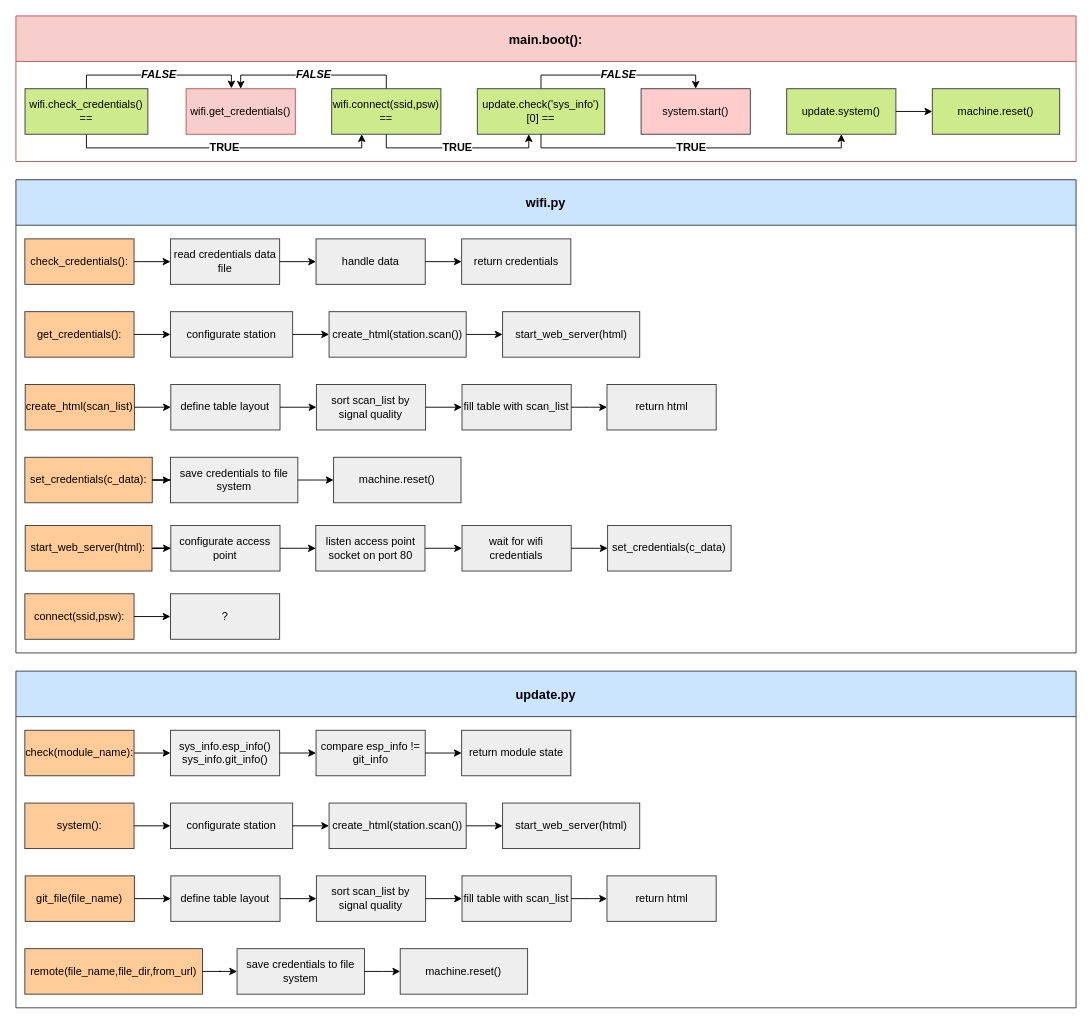
marsex/workbench keeps this draw.io diagram as design_files/esp_structure.drawio. Above is the earlier version. Source tidied: cells renumbered, new cells numbered last; positions are measured from the earlier drawing's top-left corner, leaving out a move shared by most shapes. Both pictures are drawn from the tidied source at 91%, with x=0, y=0 at pixel (15, 15).
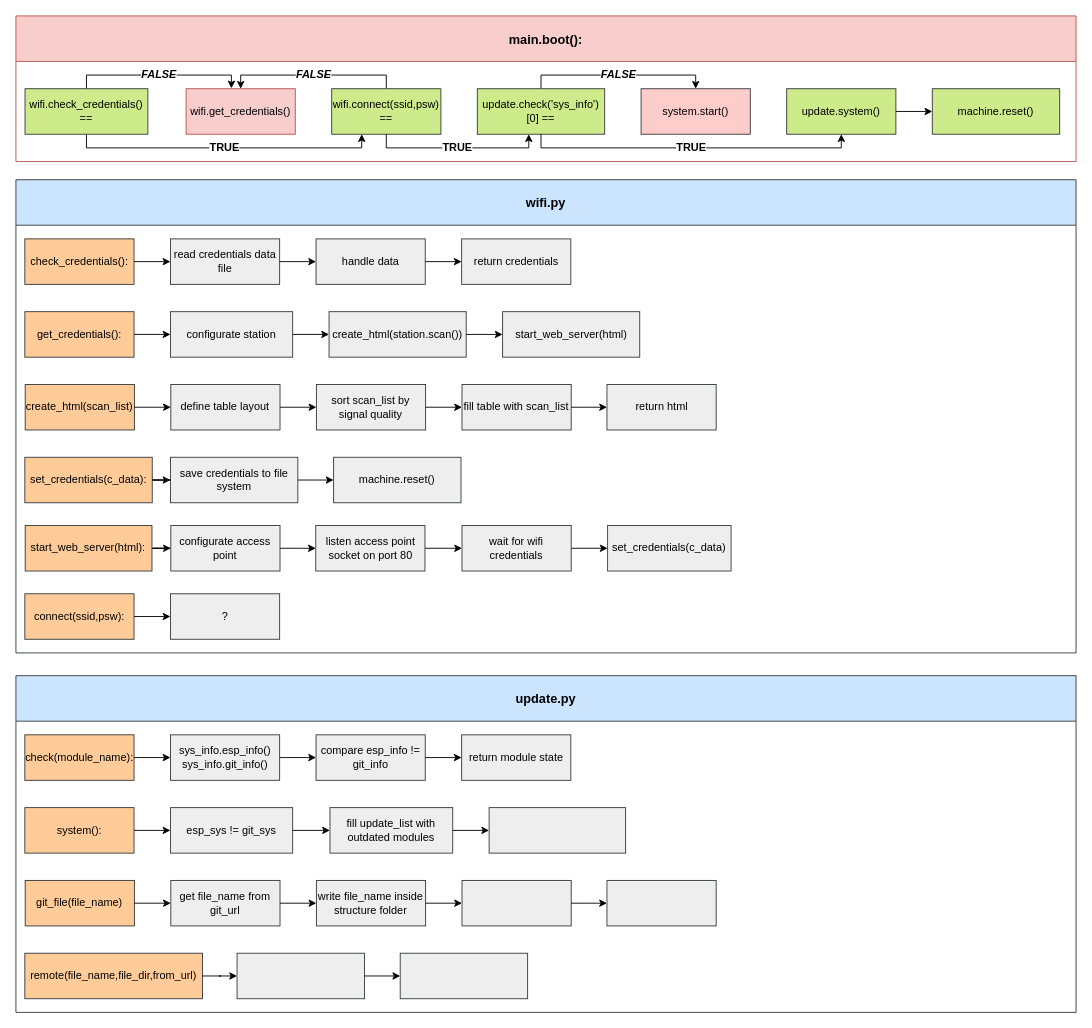
The same page after the edit.

What changed in the source:
```diff
@@
-    <mxCell id="17" value="update.py" style="swimlane;strokeColor=#36393d;fillColor=#cce5ff;fontSize=14;startSize=50;flipH=1;swimlaneFillColor=#ffffff;" parent="1" vertex="1">
-      <mxGeometry y="720" width="1165" height="370" as="geometry" />
+    <mxCell id="17" value="update.py" style="swimlane;strokeColor=#36393d;fillColor=#cce5ff;fontSize=14;startSize=50;flipH=1;swimlaneFillColor=none;" parent="1" vertex="1">
+      <mxGeometry y="725" width="1165" height="370" as="geometry" />
     </mxCell>
@@
-    <mxCell id="26" value="configurate station" style="rounded=0;whiteSpace=wrap;html=1;fillColor=#eeeeee;strokeColor=#36393d;" parent="17" vertex="1">
+    <mxCell id="26" value="&lt;span style=&quot;white-space: normal&quot;&gt;esp_sys != git_sys&lt;/span&gt;" style="rounded=0;whiteSpace=wrap;html=1;fillColor=#eeeeee;strokeColor=#36393d;" parent="17" vertex="1">
       <mxGeometry x="169.8" y="145" width="134.3" height="50" as="geometry" />
     </mxCell>
@@
-    <mxCell id="30" value="define table layout" style="rounded=0;whiteSpace=wrap;html=1;fillColor=#eeeeee;strokeColor=#36393d;" parent="17" vertex="1">
+    <mxCell id="30" value="get file_name from git_url" style="rounded=0;whiteSpace=wrap;html=1;fillColor=#eeeeee;strokeColor=#36393d;" parent="17" vertex="1">
       <mxGeometry x="170.2" y="225" width="120" height="50" as="geometry" />
     </mxCell>
@@
-    <mxCell id="32" value="sort scan_list by signal quality" style="rounded=0;whiteSpace=wrap;html=1;fillColor=#eeeeee;strokeColor=#36393d;" parent="17" vertex="1">
+    <mxCell id="32" value="write file_name inside structure folder" style="rounded=0;whiteSpace=wrap;html=1;fillColor=#eeeeee;strokeColor=#36393d;" parent="17" vertex="1">
       <mxGeometry x="330.2" y="225" width="120" height="50" as="geometry" />
     </mxCell>
@@
-    <mxCell id="34" value="fill table with scan_list" style="rounded=0;whiteSpace=wrap;html=1;fillColor=#eeeeee;strokeColor=#36393d;" parent="17" vertex="1">
+    <mxCell id="34" style="rounded=0;whiteSpace=wrap;html=1;fillColor=#eeeeee;strokeColor=#36393d;" parent="17" vertex="1">
       <mxGeometry x="490.2" y="225" width="120" height="50" as="geometry" />
     </mxCell>
@@
-    <mxCell id="36" value="return html" style="rounded=0;whiteSpace=wrap;html=1;fillColor=#eeeeee;strokeColor=#36393d;" parent="17" vertex="1">
+    <mxCell id="36" style="rounded=0;whiteSpace=wrap;html=1;fillColor=#eeeeee;strokeColor=#36393d;" parent="17" vertex="1">
       <mxGeometry x="649.5" y="225" width="120" height="50" as="geometry" />
     </mxCell>
@@
-    <mxCell id="39" value="save credentials to file system" style="rounded=0;whiteSpace=wrap;html=1;fillColor=#eeeeee;strokeColor=#36393d;" parent="17" vertex="1">
+    <mxCell id="39" style="rounded=0;whiteSpace=wrap;html=1;fillColor=#eeeeee;strokeColor=#36393d;" parent="17" vertex="1">
       <mxGeometry x="243" y="305" width="140" height="50" as="geometry" />
     </mxCell>
@@
-    <mxCell id="41" value="machine.reset()" style="rounded=0;whiteSpace=wrap;html=1;fillColor=#eeeeee;strokeColor=#36393d;" parent="17" vertex="1">
+    <mxCell id="41" style="rounded=0;whiteSpace=wrap;html=1;fillColor=#eeeeee;strokeColor=#36393d;" parent="17" vertex="1">
       <mxGeometry x="422.3" y="305" width="140" height="50" as="geometry" />
     </mxCell>
@@
-    <mxCell id="44" value="create_html(station.scan())" style="rounded=0;whiteSpace=wrap;html=1;fillColor=#eeeeee;strokeColor=#36393d;" parent="17" vertex="1">
-      <mxGeometry x="344.1" y="145" width="150.7" height="50" as="geometry" />
+    <mxCell id="44" value="&lt;span style=&quot;white-space: normal&quot;&gt;fill update_list with outdated modules&lt;/span&gt;" style="rounded=0;whiteSpace=wrap;html=1;fillColor=#eeeeee;strokeColor=#36393d;" parent="17" vertex="1">
+      <mxGeometry x="345.1" y="145" width="134.9" height="50" as="geometry" />
     </mxCell>
-    <mxCell id="45" value="start_web_server(html)" style="rounded=0;whiteSpace=wrap;html=1;fillColor=#eeeeee;strokeColor=#36393d;" parent="17" vertex="1">
-      <mxGeometry x="534.8" y="145" width="150.7" height="50" as="geometry" />
+    <mxCell id="45" style="rounded=0;whiteSpace=wrap;html=1;fillColor=#eeeeee;strokeColor=#36393d;" parent="17" vertex="1">
+      <mxGeometry x="520" y="145" width="150" height="50" as="geometry" />
     </mxCell>
```
